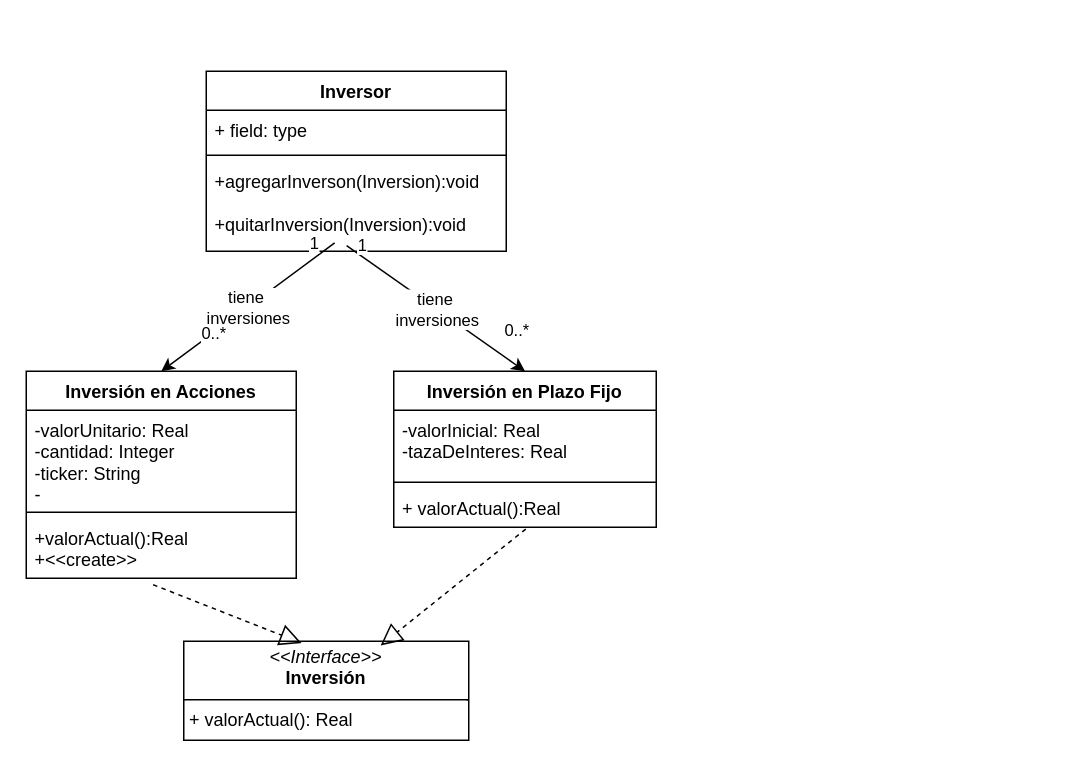
Above: ejercicio5/ejericicio5.drawio in Arfirpo/ORIENTACION-A-OBJETOS-I (draw.io), before the change. Source tidied: cells renumbered, new cells numbered last; positions are measured from the earlier drawing's top-left corner, leaving out a move shared by most shapes. Both pictures are drawn from the tidied source at 150%, with x=0, y=0 at pixel (26, 70).
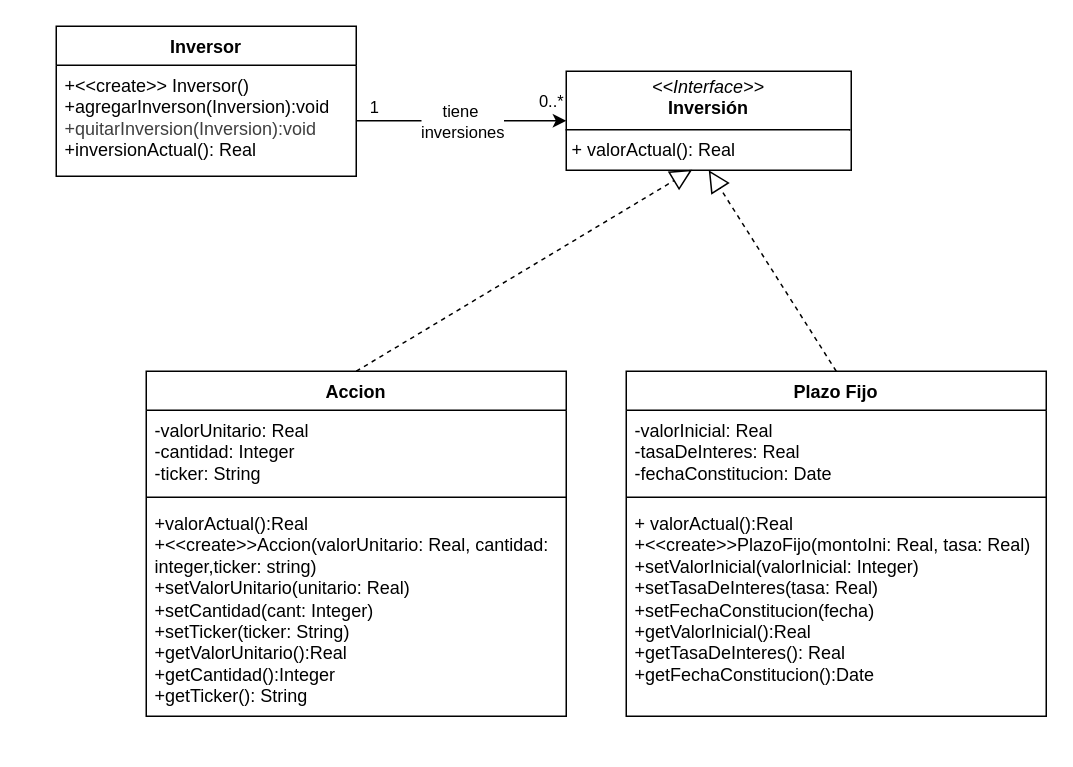
The same page after the edit.

Change to the diagram source:
```diff
@@
     <mxCell id="2" value="Inversor" style="swimlane;fontStyle=1;align=center;verticalAlign=top;horizontal=1;startSize=26;whiteSpace=wrap;html=1;" parent="1" vertex="1">
-      <mxGeometry x="120" width="200" height="120" as="geometry" />
+      <mxGeometry x="20" y="-30" width="200" height="100" as="geometry" />
     </mxCell>
-    <mxCell id="3" value="+ field: type" style="text;strokeColor=none;fillColor=none;align=left;verticalAlign=top;spacingLeft=4;spacingRight=4;overflow=hidden;whiteSpace=wrap;html=1;" parent="2" vertex="1">
-      <mxGeometry y="26" width="200" height="26" as="geometry" />
-    </mxCell>
-    <mxCell id="4" style="line;strokeWidth=1;fillColor=none;align=left;verticalAlign=middle;spacingTop=-1;spacingLeft=3;spacingRight=3;labelPosition=right;strokeColor=inherit;" parent="2" vertex="1">
-      <mxGeometry y="52" width="200" height="8" as="geometry" />
-    </mxCell>
-    <mxCell id="5" value="+agregarInverson(Inversion):void&lt;div&gt;&lt;br&gt;&lt;/div&gt;&lt;div&gt;+quitarInversion(Inversion):void&lt;/div&gt;" style="text;strokeColor=none;fillColor=none;align=left;verticalAlign=top;spacingLeft=4;spacingRight=4;overflow=hidden;points=[[0,0.5],[1,0.5]];portConstraint=eastwest;whiteSpace=wrap;html=1;" parent="2" vertex="1">
-      <mxGeometry y="60" width="200" height="60" as="geometry" />
+    <mxCell id="5" value="&lt;div&gt;+&amp;lt;&amp;lt;create&amp;gt;&amp;gt; Inversor()&lt;/div&gt;+agregarInverson(Inversion):void&lt;div&gt;&lt;span style=&quot;color: rgb(63, 63, 63); background-color: transparent;&quot;&gt;+quitarInversion(Inversion):void&lt;/span&gt;&lt;/div&gt;&lt;div&gt;+inversionActual(): Real&lt;/div&gt;" style="text;strokeColor=none;fillColor=none;align=left;verticalAlign=top;spacingLeft=4;spacingRight=4;overflow=hidden;points=[[0,0.5],[1,0.5]];portConstraint=eastwest;whiteSpace=wrap;html=1;" parent="2" vertex="1">
+      <mxGeometry y="26" width="200" height="74" as="geometry" />
     </mxCell>
     <mxCell id="6" value="&lt;p style=&quot;margin:0px;margin-top:4px;text-align:center;&quot;&gt;&lt;i&gt;&amp;lt;&amp;lt;Interface&amp;gt;&amp;gt;&lt;/i&gt;&lt;br&gt;&lt;b&gt;Inversión&lt;/b&gt;&lt;/p&gt;&lt;hr size=&quot;1&quot; style=&quot;border-style:solid;&quot;&gt;&lt;p style=&quot;margin:0px;margin-left:4px;&quot;&gt;+ valorActual(): Real&lt;br&gt;&lt;/p&gt;" style="verticalAlign=top;align=left;overflow=fill;html=1;whiteSpace=wrap;" parent="1" vertex="1">
-      <mxGeometry x="105" y="380" width="190" height="66" as="geometry" />
+      <mxGeometry x="360" width="190" height="66" as="geometry" />
     </mxCell>
-    <mxCell id="7" value="Inversión en Plazo Fijo" style="swimlane;fontStyle=1;align=center;verticalAlign=top;horizontal=1;startSize=26;whiteSpace=wrap;html=1;" parent="1" vertex="1">
-      <mxGeometry x="245" y="200" width="175" height="104" as="geometry" />
+    <mxCell id="7" value="Plazo Fijo" style="swimlane;fontStyle=1;align=center;verticalAlign=top;horizontal=1;startSize=26;whiteSpace=wrap;html=1;" parent="1" vertex="1">
+      <mxGeometry x="400" y="200" width="280" height="230" as="geometry" />
     </mxCell>
-    <mxCell id="8" value="-valorInicial: Real&lt;div&gt;-tazaDeInteres: Real&lt;/div&gt;" style="text;strokeColor=none;fillColor=none;align=left;verticalAlign=top;spacingLeft=4;spacingRight=4;overflow=hidden;whiteSpace=wrap;html=1;" parent="7" vertex="1">
-      <mxGeometry y="26" width="175" height="44" as="geometry" />
+    <mxCell id="8" value="-valorInicial: Real&lt;div&gt;-tasaDeInteres: Real&lt;/div&gt;&lt;div&gt;-fechaConstitucion: Date&lt;/div&gt;" style="text;strokeColor=none;fillColor=none;align=left;verticalAlign=top;spacingLeft=4;spacingRight=4;overflow=hidden;whiteSpace=wrap;html=1;" parent="7" vertex="1">
+      <mxGeometry y="26" width="280" height="54" as="geometry" />
     </mxCell>
     <mxCell id="9" style="line;strokeWidth=1;fillColor=none;align=left;verticalAlign=middle;spacingTop=-1;spacingLeft=3;spacingRight=3;labelPosition=right;strokeColor=inherit;" parent="7" vertex="1">
-      <mxGeometry y="70" width="175" height="8" as="geometry" />
+      <mxGeometry y="80" width="280" height="8" as="geometry" />
     </mxCell>
-    <mxCell id="10" value="+ valorActual():Real" style="text;strokeColor=none;fillColor=none;align=left;verticalAlign=top;spacingLeft=4;spacingRight=4;overflow=hidden;points=[[0,0.5],[1,0.5]];portConstraint=eastwest;whiteSpace=wrap;html=1;" parent="7" vertex="1">
-      <mxGeometry y="78" width="175" height="26" as="geometry" />
+    <mxCell id="10" value="+ valorActual():Real&lt;div&gt;+&amp;lt;&amp;lt;create&amp;gt;&amp;gt;PlazoFijo(montoIni: Real, tasa: Real)&lt;/div&gt;&lt;div&gt;+setValorInicial(valorInicial: Integer)&lt;/div&gt;&lt;div&gt;+setTasaDeInteres(tasa: Real)&lt;/div&gt;&lt;div&gt;+setFechaConstitucion(fecha)&lt;/div&gt;&lt;div&gt;+getValorInicial():Real&lt;/div&gt;&lt;div&gt;+getTasaDeInteres(): Real&lt;/div&gt;&lt;div&gt;+getFechaConstitucion():Date&lt;/div&gt;&lt;div&gt;&lt;br&gt;&lt;/div&gt;" style="text;strokeColor=none;fillColor=none;align=left;verticalAlign=top;spacingLeft=4;spacingRight=4;overflow=hidden;points=[[0,0.5],[1,0.5]];portConstraint=eastwest;whiteSpace=wrap;html=1;" parent="7" vertex="1">
+      <mxGeometry y="88" width="280" height="142" as="geometry" />
     </mxCell>
-    <mxCell id="11" style="endArrow=block;dashed=1;endFill=0;endSize=12;html=1;exitX=0.47;exitY=1.108;exitDx=0;exitDy=0;entryX=0.413;entryY=0.018;entryDx=0;entryDy=0;entryPerimeter=0;exitPerimeter=0;" parent="1" edge="1" source="24" target="6">
-      <mxGeometry relative="1" as="geometry" />
-    </mxCell>
-    <mxCell id="12" style="endArrow=block;dashed=1;endFill=0;endSize=12;html=1;exitX=0.503;exitY=1.046;exitDx=0;exitDy=0;exitPerimeter=0;entryX=0.691;entryY=0.042;entryDx=0;entryDy=0;entryPerimeter=0;" parent="1" edge="1" source="10" target="6">
-      <mxGeometry relative="1" as="geometry" />
-    </mxCell>
-    <mxCell id="13" style="edgeStyle=none;html=1;exitX=0.428;exitY=0.908;exitDx=0;exitDy=0;entryX=0.5;entryY=0;entryDx=0;entryDy=0;exitPerimeter=0;" parent="1" edge="1" source="5" target="21">
-      <mxGeometry relative="1" as="geometry" />
-    </mxCell>
-    <mxCell id="14" value="tiene&amp;nbsp;&lt;div&gt;inversiones&lt;/div&gt;" style="edgeLabel;html=1;align=center;verticalAlign=middle;" parent="13" vertex="1">
-      <mxGeometry relative="1" as="geometry" />
-    </mxCell>
-    <mxCell id="15" value="0..*" style="edgeLabel;html=1;align=center;verticalAlign=middle;" parent="13" vertex="1">
-      <mxGeometry x="0.66" y="2" relative="1" as="geometry">
-        <mxPoint x="13" y="-12" as="offset" />
-      </mxGeometry>
-    </mxCell>
-    <mxCell id="16" value="1" style="edgeLabel;html=1;align=center;verticalAlign=middle;" parent="13" vertex="1">
-      <mxGeometry x="-0.8" y="1" relative="1" as="geometry">
-        <mxPoint x="-3" y="-9" as="offset" />
-      </mxGeometry>
-    </mxCell>
-    <mxCell id="17" style="edgeStyle=none;html=1;exitX=0.468;exitY=0.938;exitDx=0;exitDy=0;entryX=0.5;entryY=0;entryDx=0;entryDy=0;exitPerimeter=0;" parent="1" edge="1" source="5" target="7">
+    <mxCell id="17" style="edgeStyle=none;html=1;entryX=0;entryY=0.5;entryDx=0;entryDy=0;exitX=1;exitY=0.5;exitDx=0;exitDy=0;" parent="1" edge="1" source="5" target="6">
       <mxGeometry relative="1" as="geometry" />
     </mxCell>
@@
-    <mxCell id="21" value="Inversión en Acciones" style="swimlane;fontStyle=1;align=center;verticalAlign=top;horizontal=1;startSize=26;whiteSpace=wrap;html=1;" parent="1" vertex="1">
-      <mxGeometry y="200" width="180" height="138" as="geometry" />
+    <mxCell id="21" value="Accion" style="swimlane;fontStyle=1;align=center;verticalAlign=top;horizontal=1;startSize=26;whiteSpace=wrap;html=1;" parent="1" vertex="1">
+      <mxGeometry x="80" y="200" width="280" height="230" as="geometry" />
     </mxCell>
-    <mxCell id="22" value="-valorUnitario: Real&lt;div&gt;-cantidad: Integer&lt;/div&gt;&lt;div&gt;-ticker: String&lt;/div&gt;&lt;div&gt;-&lt;/div&gt;&lt;div&gt;&lt;br&gt;&lt;/div&gt;" style="text;strokeColor=none;fillColor=none;align=left;verticalAlign=top;spacingLeft=4;spacingRight=4;overflow=hidden;whiteSpace=wrap;html=1;" parent="21" vertex="1">
-      <mxGeometry y="26" width="180" height="64" as="geometry" />
+    <mxCell id="22" value="-valorUnitario: Real&lt;div&gt;-cantidad: Integer&lt;/div&gt;&lt;div&gt;-ticker: String&lt;/div&gt;" style="text;strokeColor=none;fillColor=none;align=left;verticalAlign=top;spacingLeft=4;spacingRight=4;overflow=hidden;whiteSpace=wrap;html=1;" parent="21" vertex="1">
+      <mxGeometry y="26" width="280" height="54" as="geometry" />
     </mxCell>
     <mxCell id="23" style="line;strokeWidth=1;fillColor=none;align=left;verticalAlign=middle;spacingTop=-1;spacingLeft=3;spacingRight=3;labelPosition=right;strokeColor=inherit;" parent="21" vertex="1">
-      <mxGeometry y="90" width="180" height="8" as="geometry" />
+      <mxGeometry y="80" width="280" height="8" as="geometry" />
     </mxCell>
-    <mxCell id="24" value="+valorActual():Real&lt;div&gt;+&amp;lt;&amp;lt;create&amp;gt;&amp;gt;&lt;/div&gt;" style="text;strokeColor=none;fillColor=none;align=left;verticalAlign=top;spacingLeft=4;spacingRight=4;overflow=hidden;points=[[0,0.5],[1,0.5]];portConstraint=eastwest;whiteSpace=wrap;html=1;" parent="21" vertex="1">
-      <mxGeometry y="98" width="180" height="40" as="geometry" />
+    <mxCell id="24" value="+valorActual():Real&lt;div&gt;+&amp;lt;&amp;lt;create&amp;gt;&amp;gt;Accion(valorUnitario: Real, cantidad: integer,ticker: string)&lt;/div&gt;&lt;div&gt;+setValorUnitario(unitario: Real)&lt;/div&gt;&lt;div&gt;+setCantidad(cant: Integer)&lt;/div&gt;&lt;div&gt;+setTicker(ticker: String)&lt;/div&gt;&lt;div&gt;+getValorUnitario():Real&lt;/div&gt;&lt;div&gt;+getCantidad():Integer&lt;/div&gt;&lt;div&gt;+getTicker(): String&lt;/div&gt;" style="text;strokeColor=none;fillColor=none;align=left;verticalAlign=top;spacingLeft=4;spacingRight=4;overflow=hidden;points=[[0,0.5],[1,0.5]];portConstraint=eastwest;whiteSpace=wrap;html=1;" parent="21" vertex="1">
+      <mxGeometry y="88" width="280" height="142" as="geometry" />
     </mxCell>
+    <mxCell id="25" style="endArrow=block;dashed=1;endFill=0;endSize=12;html=1;entryX=0.5;entryY=1;entryDx=0;entryDy=0;exitX=0.5;exitY=0;exitDx=0;exitDy=0;" parent="1" edge="1" source="7" target="6">
+      <mxGeometry relative="1" as="geometry" />
+    </mxCell>
+    <mxCell id="26" style="endArrow=block;dashed=1;endFill=0;endSize=12;html=1;entryX=0.442;entryY=0.994;entryDx=0;entryDy=0;entryPerimeter=0;exitX=0.5;exitY=0;exitDx=0;exitDy=0;" parent="1" edge="1" source="21" target="6">
+      <mxGeometry relative="1" as="geometry" />
+    </mxCell>
```
